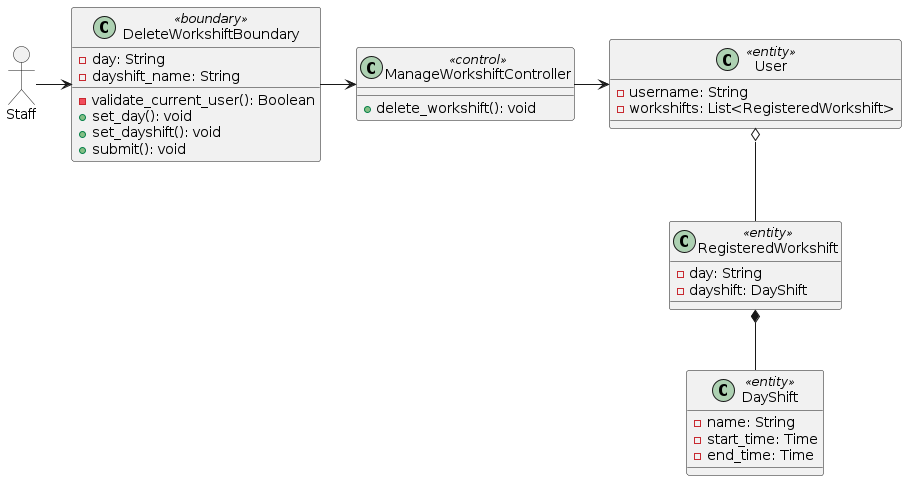
Before: docs/UML/Class Diagrams/delete-workshift.png, a diagram exported from PlantUML (LapTQ/MCT). Source of this version:
```plantuml
@startuml

allowmixing

actor Staff

class DeleteWorkshiftBoundary <<boundary>> {
    - day: String
    - dayshift_name: String

    - validate_current_user(): Boolean
    + set_day(): void
    + set_dayshift(): void
    + submit(): void
}

class ManageWorkshiftController <<control>> {

    + delete_workshift(): void
}

class User <<entity>> {
    - username: String
    - workshifts: List<RegisteredWorkshift>
}

class RegisteredWorkshift <<entity>> {
    - day: String
    - dayshift: DayShift
}

class DayShift <<entity>> {
    - name: String
    - start_time: Time
    - end_time: Time
}

Staff -> DeleteWorkshiftBoundary
DeleteWorkshiftBoundary -right-> ManageWorkshiftController
ManageWorkshiftController -right-> User
User o-- RegisteredWorkshift
RegisteredWorkshift *-- DayShift

@enduml
```
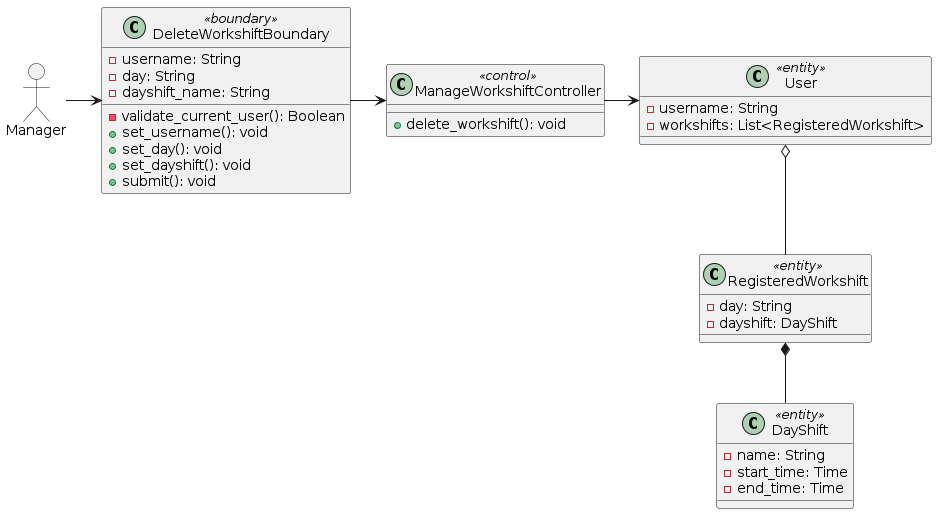
The same diagram one commit later.

The edit, as a diff of the source:
```diff
@@ -2,13 +2,15 @@
 
 allowmixing
 
-actor Staff
+actor Manager
 
 class DeleteWorkshiftBoundary <<boundary>> {
+    - username: String
     - day: String
     - dayshift_name: String
 
     - validate_current_user(): Boolean
+    + set_username(): void
     + set_day(): void
     + set_dayshift(): void
     + submit(): void
@@ -35,7 +37,7 @@
     - end_time: Time
 }
 
-Staff -> DeleteWorkshiftBoundary
+Manager -> DeleteWorkshiftBoundary
 DeleteWorkshiftBoundary -right-> ManageWorkshiftController
 ManageWorkshiftController -right-> User
 User o-- RegisteredWorkshift
```
